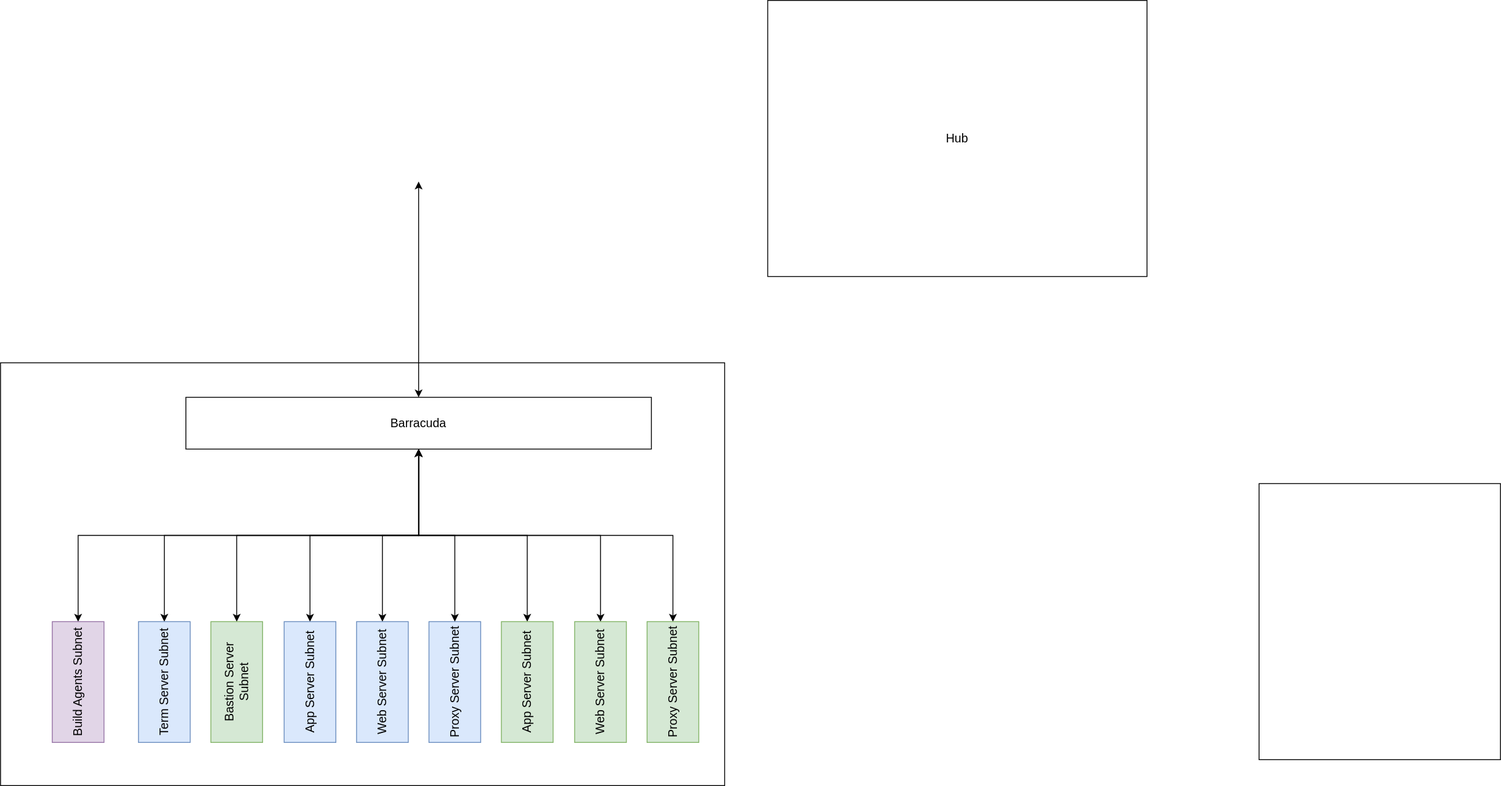
The draw.io diagram PaloAltoSwitchover.svg in vjavle/invoicecloud, before a commit. Source tidied: cells renumbered, new cells last; positions are measured from the earlier drawing's top-left corner, leaving out a move shared by most shapes.
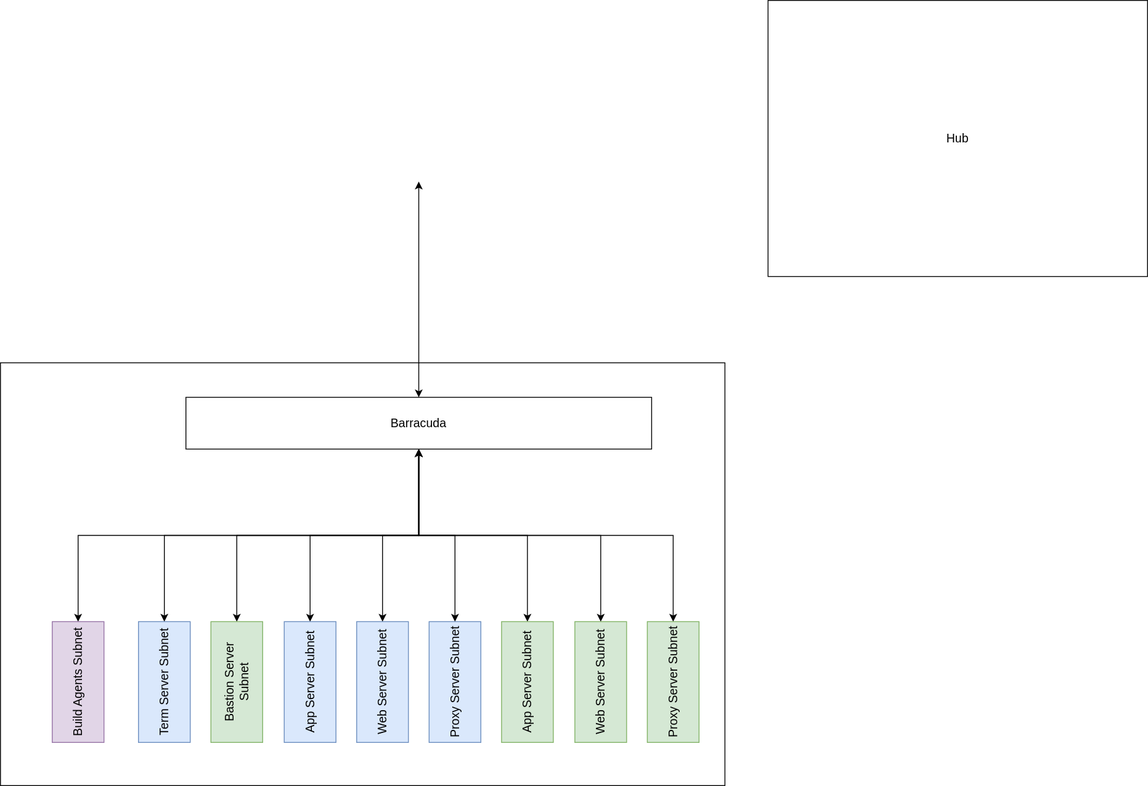
The same diagram one commit later.

Change to the diagram source:
```diff
@@ -8,9 +8,6 @@
     <mxCell id="3" value="Hub" style="rounded=0;whiteSpace=wrap;html=1;fontSize=14;" parent="1" vertex="1">
       <mxGeometry x="890" width="440" height="320" as="geometry" />
     </mxCell>
-    <mxCell id="4" style="rounded=0;whiteSpace=wrap;html=1;fontSize=14;" parent="1" vertex="1">
-      <mxGeometry x="1460" y="560" width="280" height="320" as="geometry" />
-    </mxCell>
     <mxCell id="5" style="edgeStyle=orthogonalEdgeStyle;rounded=0;jettySize=auto;html=1;fontSize=14;startArrow=classic;startFill=1;" parent="1" edge="1" source="12" target="7">
       <mxGeometry relative="1" as="geometry" />
     </mxCell>
```
